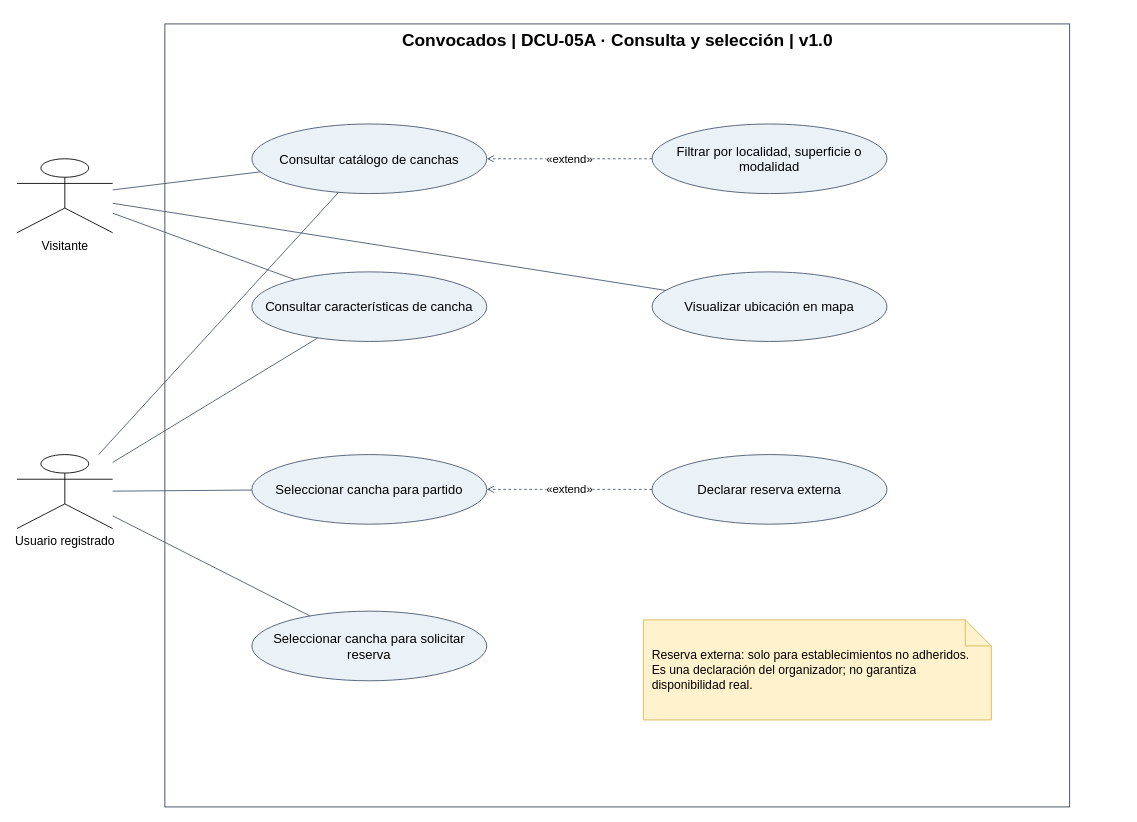
Earlier version of the draw.io diagram page "DCU-05A · Consulta y selección" (1 of 3) of docs/02-diseno-funcional/casos-de-uso-canchas.drawio (alejovidela13/convocados). Source tidied: cells renumbered, new cells numbered last; positions are measured from the earlier drawing's top-left corner, leaving out a move shared by most shapes. Both pictures are drawn from the tidied source at 87%, with x=0, y=0 at pixel (17, 23).
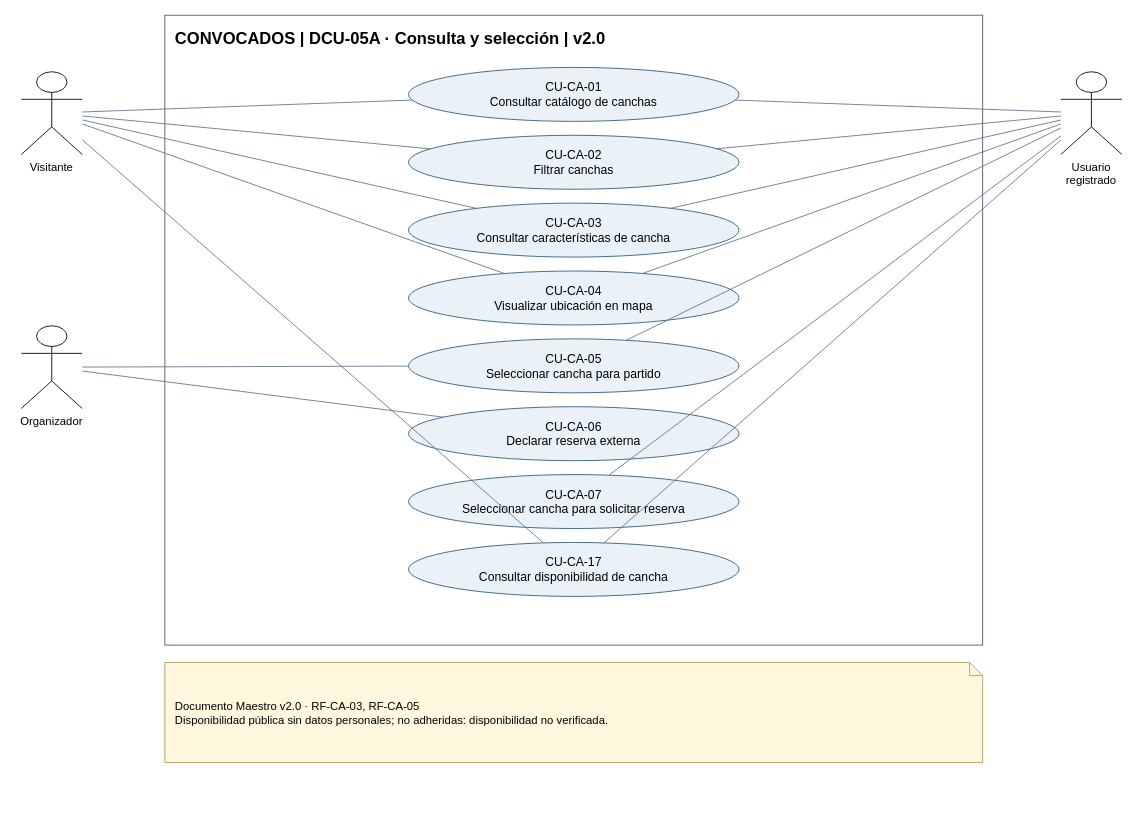
The same page after the edit.

Change to the diagram source:
```diff
@@
-    <mxCell id="2" value="Convocados | DCU-05A · Consulta y selección | v1.0" style="rounded=0;html=1;verticalAlign=top;fontStyle=1;fontSize=20;fillColor=none;strokeColor=#334155;" parent="1" vertex="1">
-      <mxGeometry x="170" width="1040" height="900" as="geometry" />
+    <mxCell id="2" value="CONVOCADOS | DCU-05A · Consulta y selección | v2.0" style="rounded=0;whiteSpace=wrap;html=1;verticalAlign=top;align=left;spacing=12;fontSize=19;fontStyle=1;fillColor=none;strokeColor=#475569;" parent="1" vertex="1">
+      <mxGeometry x="170" y="-10" width="940" height="724" as="geometry" />
     </mxCell>
+    <mxCell id="22" value="CU-CA-01&lt;br&gt;Consultar catálogo de canchas" style="ellipse;whiteSpace=wrap;html=1;fontSize=14;fillColor=#eaf2f8;strokeColor=#315b78;" parent="1" vertex="1">
+      <mxGeometry x="450" y="50" width="380" height="62" as="geometry" />
+    </mxCell>
+    <mxCell id="23" value="CU-CA-02&lt;br&gt;Filtrar canchas" style="ellipse;whiteSpace=wrap;html=1;fontSize=14;fillColor=#eaf2f8;strokeColor=#315b78;" parent="1" vertex="1">
+      <mxGeometry x="450" y="128" width="380" height="62" as="geometry" />
+    </mxCell>
+    <mxCell id="24" value="CU-CA-03&lt;br&gt;Consultar características de cancha" style="ellipse;whiteSpace=wrap;html=1;fontSize=14;fillColor=#eaf2f8;strokeColor=#315b78;" parent="1" vertex="1">
+      <mxGeometry x="450" y="206" width="380" height="62" as="geometry" />
+    </mxCell>
+    <mxCell id="25" value="CU-CA-04&lt;br&gt;Visualizar ubicación en mapa" style="ellipse;whiteSpace=wrap;html=1;fontSize=14;fillColor=#eaf2f8;strokeColor=#315b78;" parent="1" vertex="1">
+      <mxGeometry x="450" y="284" width="380" height="62" as="geometry" />
+    </mxCell>
+    <mxCell id="26" value="CU-CA-05&lt;br&gt;Seleccionar cancha para partido" style="ellipse;whiteSpace=wrap;html=1;fontSize=14;fillColor=#eaf2f8;strokeColor=#315b78;" parent="1" vertex="1">
+      <mxGeometry x="450" y="362" width="380" height="62" as="geometry" />
+    </mxCell>
+    <mxCell id="27" value="CU-CA-06&lt;br&gt;Declarar reserva externa" style="ellipse;whiteSpace=wrap;html=1;fontSize=14;fillColor=#eaf2f8;strokeColor=#315b78;" parent="1" vertex="1">
+      <mxGeometry x="450" y="440" width="380" height="62" as="geometry" />
+    </mxCell>
+    <mxCell id="28" value="CU-CA-07&lt;br&gt;Seleccionar cancha para solicitar reserva" style="ellipse;whiteSpace=wrap;html=1;fontSize=14;fillColor=#eaf2f8;strokeColor=#315b78;" parent="1" vertex="1">
+      <mxGeometry x="450" y="518" width="380" height="62" as="geometry" />
+    </mxCell>
+    <mxCell id="29" value="CU-CA-17&lt;br&gt;Consultar disponibilidad de cancha" style="ellipse;whiteSpace=wrap;html=1;fontSize=14;fillColor=#eaf2f8;strokeColor=#315b78;" parent="1" vertex="1">
+      <mxGeometry x="450" y="596" width="380" height="62" as="geometry" />
+    </mxCell>
-    <mxCell id="3" value="Visitante" style="shape=umlActor;verticalLabelPosition=bottom;verticalAlign=top;html=1;fontSize=14;" parent="1" vertex="1">
-      <mxGeometry y="155" width="110" height="85" as="geometry" />
+    <mxCell id="3" value="Visitante" style="shape=umlActor;verticalLabelPosition=bottom;verticalAlign=top;html=1;whiteSpace=wrap;fontSize=13;" parent="1" vertex="1">
+      <mxGeometry x="5" y="55" width="70" height="95" as="geometry" />
     </mxCell>
+    <mxCell id="30" style="endArrow=none;html=1;strokeColor=#64748b;" parent="1" edge="1" source="3" target="22">
+      <mxGeometry relative="1" as="geometry" />
+    </mxCell>
+    <mxCell id="31" style="endArrow=none;html=1;strokeColor=#64748b;" parent="1" edge="1" source="3" target="23">
+      <mxGeometry relative="1" as="geometry" />
+    </mxCell>
+    <mxCell id="32" style="endArrow=none;html=1;strokeColor=#64748b;" parent="1" edge="1" source="3" target="24">
+      <mxGeometry relative="1" as="geometry" />
+    </mxCell>
+    <mxCell id="33" style="endArrow=none;html=1;strokeColor=#64748b;" parent="1" edge="1" source="3" target="25">
+      <mxGeometry relative="1" as="geometry" />
+    </mxCell>
+    <mxCell id="34" style="endArrow=none;html=1;strokeColor=#64748b;" parent="1" edge="1" source="3" target="29">
+      <mxGeometry relative="1" as="geometry" />
+    </mxCell>
-    <mxCell id="4" value="Usuario registrado" style="shape=umlActor;verticalLabelPosition=bottom;verticalAlign=top;html=1;fontSize=14;" parent="1" vertex="1">
-      <mxGeometry y="495" width="110" height="85" as="geometry" />
+    <mxCell id="4" value="Usuario registrado" style="shape=umlActor;verticalLabelPosition=bottom;verticalAlign=top;html=1;whiteSpace=wrap;fontSize=13;" parent="1" vertex="1">
+      <mxGeometry x="1200" y="55" width="70" height="95" as="geometry" />
     </mxCell>
-    <mxCell id="5" value="Consultar catálogo de canchas" style="ellipse;whiteSpace=wrap;html=1;fontSize=15;fillColor=#eaf2f8;strokeColor=#475569;" parent="1" vertex="1">
-      <mxGeometry x="270" y="115" width="270" height="80" as="geometry" />
-    </mxCell>
-    <mxCell id="6" value="Filtrar por localidad, superficie o modalidad" style="ellipse;whiteSpace=wrap;html=1;fontSize=15;fillColor=#eaf2f8;strokeColor=#475569;" parent="1" vertex="1">
-      <mxGeometry x="730" y="115" width="270" height="80" as="geometry" />
-    </mxCell>
-    <mxCell id="7" value="Consultar características de cancha" style="ellipse;whiteSpace=wrap;html=1;fontSize=15;fillColor=#eaf2f8;strokeColor=#475569;" parent="1" vertex="1">
-      <mxGeometry x="270" y="285" width="270" height="80" as="geometry" />
-    </mxCell>
-    <mxCell id="8" value="Visualizar ubicación en mapa" style="ellipse;whiteSpace=wrap;html=1;fontSize=15;fillColor=#eaf2f8;strokeColor=#475569;" parent="1" vertex="1">
-      <mxGeometry x="730" y="285" width="270" height="80" as="geometry" />
-    </mxCell>
-    <mxCell id="9" value="Seleccionar cancha para partido" style="ellipse;whiteSpace=wrap;html=1;fontSize=15;fillColor=#eaf2f8;strokeColor=#475569;" parent="1" vertex="1">
-      <mxGeometry x="270" y="495" width="270" height="80" as="geometry" />
-    </mxCell>
-    <mxCell id="10" value="Declarar reserva externa" style="ellipse;whiteSpace=wrap;html=1;fontSize=15;fillColor=#eaf2f8;strokeColor=#475569;" parent="1" vertex="1">
-      <mxGeometry x="730" y="495" width="270" height="80" as="geometry" />
-    </mxCell>
-    <mxCell id="11" value="Seleccionar cancha para solicitar reserva" style="ellipse;whiteSpace=wrap;html=1;fontSize=15;fillColor=#eaf2f8;strokeColor=#475569;" parent="1" vertex="1">
-      <mxGeometry x="270" y="675" width="270" height="80" as="geometry" />
-    </mxCell>
-    <mxCell id="12" style="html=1;endArrow=none;strokeColor=#475569;" parent="1" edge="1" source="3" target="5">
-      <mxGeometry relative="1" as="geometry" />
-    </mxCell>
-    <mxCell id="13" style="html=1;endArrow=none;strokeColor=#475569;" parent="1" edge="1" source="3" target="7">
-      <mxGeometry relative="1" as="geometry" />
-    </mxCell>
-    <mxCell id="14" style="html=1;endArrow=none;strokeColor=#475569;" parent="1" edge="1" source="3" target="8">
-      <mxGeometry relative="1" as="geometry" />
-    </mxCell>
-    <mxCell id="15" style="html=1;endArrow=none;strokeColor=#475569;" parent="1" edge="1" source="4" target="5">
-      <mxGeometry relative="1" as="geometry" />
-    </mxCell>
-    <mxCell id="16" style="html=1;endArrow=none;strokeColor=#475569;" parent="1" edge="1" source="4" target="7">
-      <mxGeometry relative="1" as="geometry" />
-    </mxCell>
-    <mxCell id="17" style="html=1;endArrow=none;strokeColor=#475569;" parent="1" edge="1" source="4" target="9">
-      <mxGeometry relative="1" as="geometry" />
-    </mxCell>
-    <mxCell id="18" style="html=1;endArrow=none;strokeColor=#475569;" parent="1" edge="1" source="4" target="11">
-      <mxGeometry relative="1" as="geometry" />
-    </mxCell>
-    <mxCell id="19" value="«extend»" style="html=1;dashed=1;endArrow=open;endFill=0;strokeColor=#475569;fontSize=13;" parent="1" edge="1" source="6" target="5">
-      <mxGeometry relative="1" as="geometry" />
-    </mxCell>
-    <mxCell id="20" value="«extend»" style="html=1;dashed=1;endArrow=open;endFill=0;strokeColor=#475569;fontSize=13;" parent="1" edge="1" source="10" target="9">
-      <mxGeometry relative="1" as="geometry" />
-    </mxCell>
-    <mxCell id="21" value="Reserva externa: solo para establecimientos no adheridos. Es una declaración del organizador; no garantiza disponibilidad real." style="shape=note;whiteSpace=wrap;html=1;fontSize=14;fillColor=#fff2cc;strokeColor=#d6b656;align=left;spacing=10;" parent="1" vertex="1">
-      <mxGeometry x="720" y="685" width="400" height="115" as="geometry" />
-    </mxCell>
+    <mxCell id="35" style="endArrow=none;html=1;strokeColor=#64748b;" parent="1" edge="1" source="4" target="22">
+      <mxGeometry relative="1" as="geometry" />
+    </mxCell>
+    <mxCell id="36" style="endArrow=none;html=1;strokeColor=#64748b;" parent="1" edge="1" source="4" target="23">
+      <mxGeometry relative="1" as="geometry" />
+    </mxCell>
+    <mxCell id="37" style="endArrow=none;html=1;strokeColor=#64748b;" parent="1" edge="1" source="4" target="24">
+      <mxGeometry relative="1" as="geometry" />
+    </mxCell>
+    <mxCell id="38" style="endArrow=none;html=1;strokeColor=#64748b;" parent="1" edge="1" source="4" target="25">
+      <mxGeometry relative="1" as="geometry" />
+    </mxCell>
+    <mxCell id="39" style="endArrow=none;html=1;strokeColor=#64748b;" parent="1" edge="1" source="4" target="26">
+      <mxGeometry relative="1" as="geometry" />
+    </mxCell>
+    <mxCell id="40" style="endArrow=none;html=1;strokeColor=#64748b;" parent="1" edge="1" source="4" target="28">
+      <mxGeometry relative="1" as="geometry" />
+    </mxCell>
+    <mxCell id="41" style="endArrow=none;html=1;strokeColor=#64748b;" parent="1" edge="1" source="4" target="29">
+      <mxGeometry relative="1" as="geometry" />
+    </mxCell>
+    <mxCell id="42" value="Organizador" style="shape=umlActor;verticalLabelPosition=bottom;verticalAlign=top;html=1;whiteSpace=wrap;fontSize=13;" parent="1" vertex="1">
+      <mxGeometry x="5" y="347" width="70" height="95" as="geometry" />
+    </mxCell>
+    <mxCell id="43" style="endArrow=none;html=1;strokeColor=#64748b;" parent="1" edge="1" source="42" target="26">
+      <mxGeometry relative="1" as="geometry" />
+    </mxCell>
+    <mxCell id="44" style="endArrow=none;html=1;strokeColor=#64748b;" parent="1" edge="1" source="42" target="27">
+      <mxGeometry relative="1" as="geometry" />
+    </mxCell>
+    <mxCell id="45" value="Documento Maestro v2.0 · RF-CA-03, RF-CA-05&lt;br&gt;Disponibilidad pública sin datos personales; no adheridas: disponibilidad no verificada." style="shape=note;whiteSpace=wrap;html=1;size=15;align=left;spacing=12;fontSize=13;fillColor=#fff8df;strokeColor=#b59b52;" parent="1" vertex="1">
+      <mxGeometry x="170" y="734" width="940" height="115" as="geometry" />
+    </mxCell>
```
